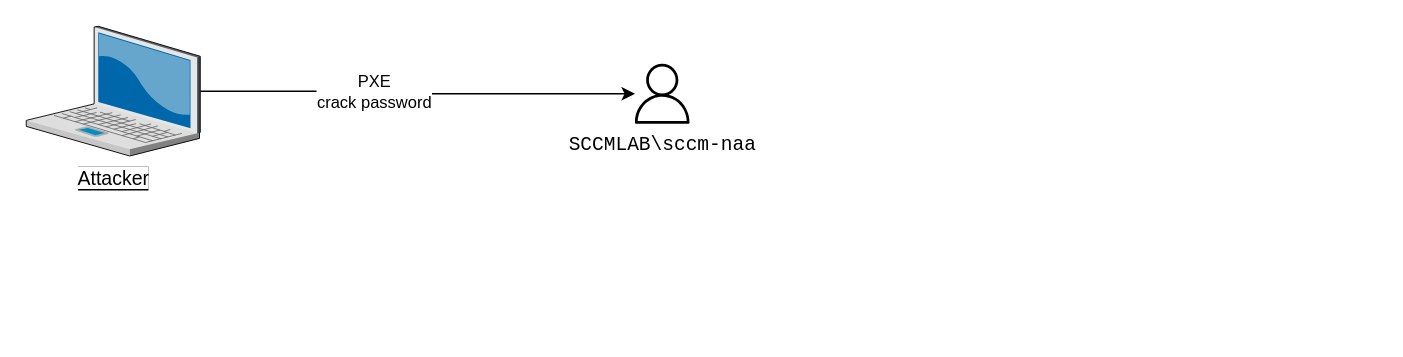
Orange-Cyberdefense/GOAD keeps this draw.io diagram as page "SCCM-compromission-Path" (6 of 6) of docs/diagram.drawio. Above is the earlier version. Source tidied: cells renumbered, new cells numbered last; positions are measured from the earlier drawing's top-left corner, leaving out a move shared by most shapes. Both pictures are drawn from the tidied source at 150%, with x=0, y=0 at pixel (26, 26).
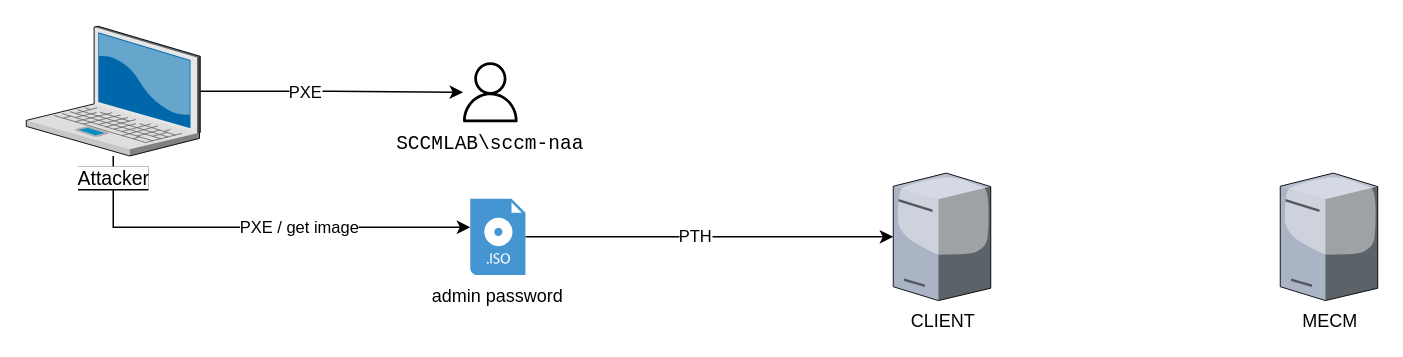
After the change.

What changed in the source:
```diff
@@
 <mxGraphModel>
   <root>
     <mxCell id="0" />
     <mxCell id="1" parent="0" />
     <mxCell id="2" style="edgeStyle=orthogonalEdgeStyle;rounded=0;jettySize=auto;html=1;" parent="1" edge="1" source="4" target="6">
       <mxGeometry relative="1" as="geometry" />
     </mxCell>
-    <mxCell id="3" value="PXE&lt;br&gt;crack password" style="edgeLabel;html=1;align=center;verticalAlign=middle;" parent="2" vertex="1">
+    <mxCell id="3" value="PXE" style="edgeLabel;html=1;align=center;verticalAlign=middle;" parent="2" vertex="1">
       <mxGeometry x="-0.21" relative="1" as="geometry" />
     </mxCell>
+    <mxCell id="7" style="edgeStyle=orthogonalEdgeStyle;rounded=0;jettySize=auto;html=1;" parent="1" edge="1" source="4" target="11">
+      <mxGeometry relative="1" as="geometry">
+        <Array as="points">
+          <mxPoint x="58" y="134" />
+        </Array>
+      </mxGeometry>
+    </mxCell>
+    <mxCell id="8" value="PXE / get image" style="edgeLabel;html=1;align=center;verticalAlign=middle;" parent="7" vertex="1">
+      <mxGeometry x="0.2" y="1" relative="1" as="geometry" />
+    </mxCell>
     <mxCell id="4" value="&lt;font style=&quot;background-color: rgb(255, 255, 255);&quot; color=&quot;#000000&quot;&gt;Attacker&lt;/font&gt;" style="verticalLabelPosition=bottom;html=1;verticalAlign=top;strokeColor=none;align=center;outlineConnect=0;shape=mxgraph.citrix.laptop_2;fontSize=13;labelBackgroundColor=#000000;fontColor=#FFFFFF;" parent="1" vertex="1">
       <mxGeometry width="116" height="86.5" as="geometry" />
     </mxCell>
     <mxCell id="5" style="group;" parent="1" vertex="1">
-      <mxGeometry x="404" y="25" width="50" height="48.5" as="geometry" />
+      <mxGeometry x="289.4" y="24" width="50" height="48.5" as="geometry" />
     </mxCell>
     <mxCell id="6" value="&lt;div style=&quot;font-family: &amp;quot;droid sans mono&amp;quot; , monospace , monospace ; font-size: 13px ; line-height: 18px&quot;&gt;&lt;/div&gt;&lt;font color=&quot;#000000&quot; face=&quot;droid sans mono, monospace, monospace&quot;&gt;&lt;span style=&quot;font-size: 13px ; background-color: rgb(255 , 255 , 255)&quot;&gt;SCCMLAB\sccm-naa&lt;br&gt;&lt;/span&gt;&lt;/font&gt;" style="outlineConnect=0;dashed=0;verticalLabelPosition=bottom;verticalAlign=top;align=center;html=1;fontSize=12;fontStyle=0;shape=mxgraph.aws4.user;fontColor=#ffffff;fillColor=#000000;" parent="5" vertex="1">
       <mxGeometry width="40" height="40" as="geometry" />
     </mxCell>
+    <mxCell id="9" style="edgeStyle=orthogonalEdgeStyle;rounded=0;jettySize=auto;html=1;" parent="1" edge="1" source="11" target="12">
+      <mxGeometry relative="1" as="geometry" />
+    </mxCell>
+    <mxCell id="10" value="PTH" style="edgeLabel;html=1;align=center;verticalAlign=middle;" parent="9" vertex="1">
+      <mxGeometry x="-0.08" y="1" relative="1" as="geometry" />
+    </mxCell>
+    <mxCell id="11" value="admin password" style="shadow=0;dashed=0;html=1;strokeColor=none;fillColor=#4495D1;labelPosition=center;verticalLabelPosition=bottom;verticalAlign=top;align=center;outlineConnect=0;shape=mxgraph.veeam.iso;" parent="1" vertex="1">
+      <mxGeometry x="296" y="115" width="36.8" height="50.8" as="geometry" />
+    </mxCell>
+    <mxCell id="12" value="CLIENT" style="verticalLabelPosition=bottom;sketch=0;html=1;verticalAlign=top;strokeColor=none;align=center;outlineConnect=0;shape=mxgraph.citrix.tower_server;" parent="1" vertex="1">
+      <mxGeometry x="578" y="97.9" width="65" height="85" as="geometry" />
+    </mxCell>
+    <mxCell id="13" value="MECM" style="verticalLabelPosition=bottom;sketch=0;html=1;verticalAlign=top;strokeColor=none;align=center;shape=mxgraph.citrix.tower_server;" parent="1" vertex="1">
+      <mxGeometry x="836" y="97.9" width="65" height="85" as="geometry" />
+    </mxCell>
   </root>
 </mxGraphModel>
```
